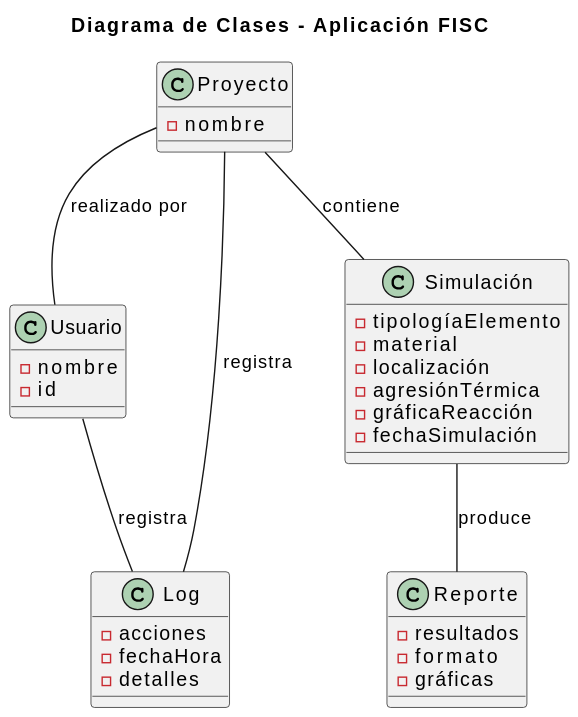
Before: imagenes/modelosUML/diagramaClases.svg, a diagram exported from PlantUML (mmasias/23-24-IdSw1-SDR).
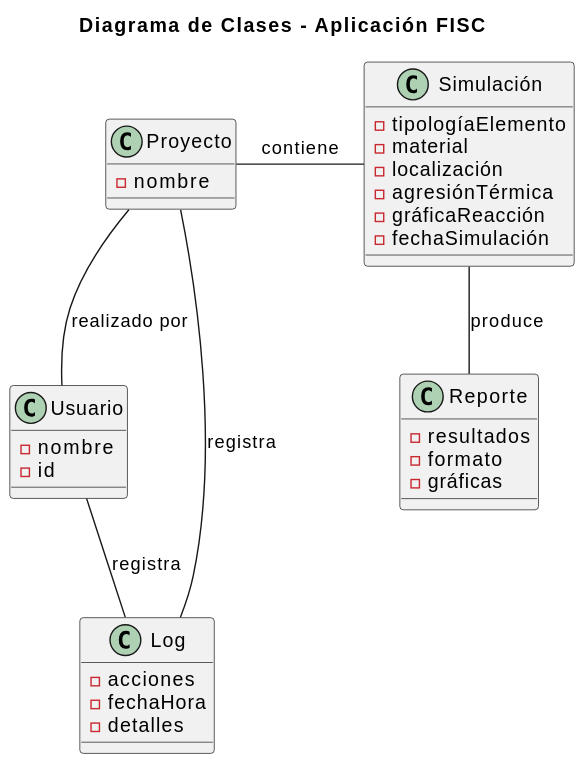
After the commit.

Commit message:
cambios diagramaClases

What changed in the source:
```diff
@@ -32,7 +32,7 @@
 }
 
 
-Proyecto  -- Simulación : "contiene"
+Proyecto  - Simulación : "contiene"
 Simulación -- Reporte : "produce"
 Proyecto -- Usuario : "realizado por"
 Usuario -- Log : "registra"
```
